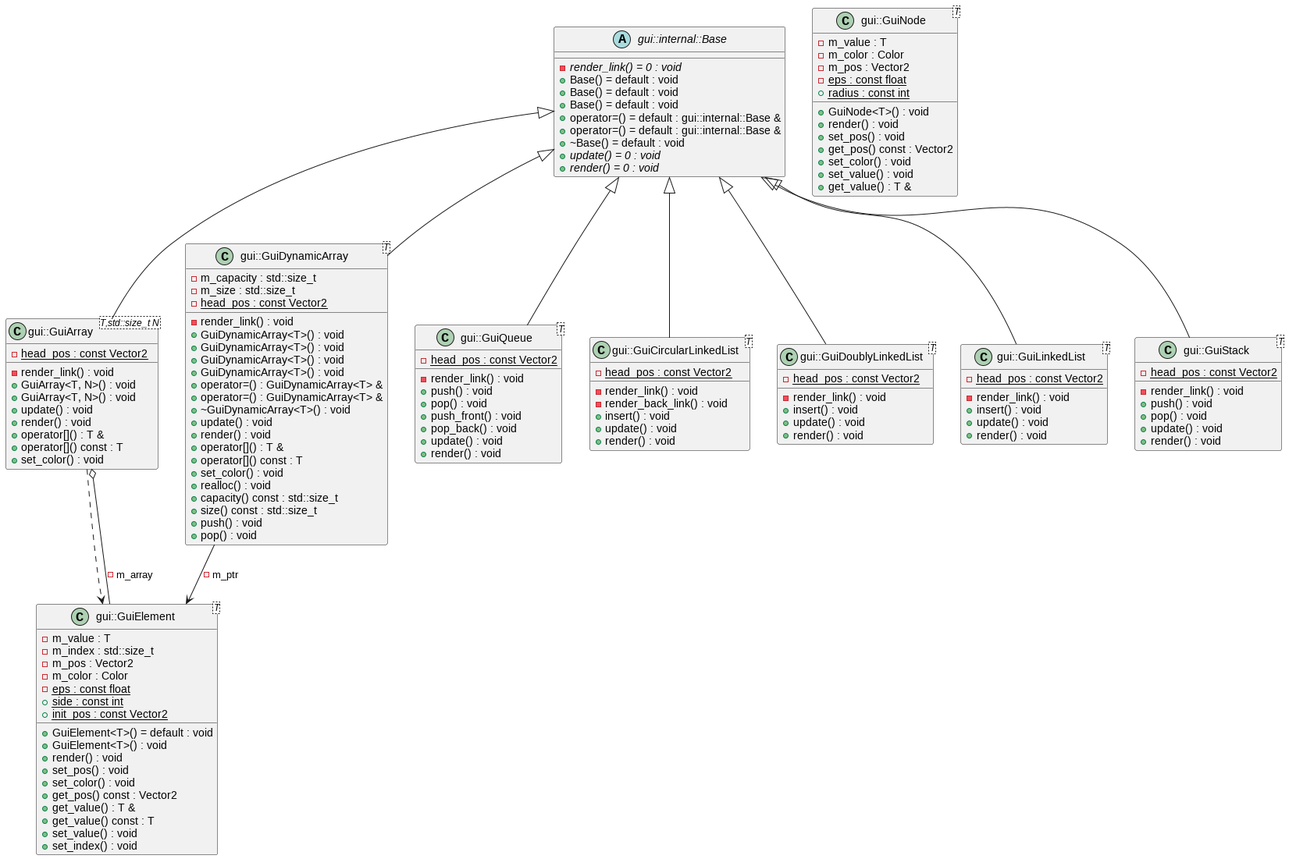
Before: docs/diagrams/gui.png, a diagram exported from PlantUML (jalsol/jalviz). The source it was exported from:
```plantuml
@startuml
abstract "gui::internal::Base" as C_0000175824954716261305
abstract C_0000175824954716261305 {
{abstract} -render_link() = 0 : void
+Base() = default : void
+Base() = default : void
+Base() = default : void
+operator=() = default : gui::internal::Base &
+operator=() = default : gui::internal::Base &
+~Base() = default : void
{abstract} +update() = 0 : void
{abstract} +render() = 0 : void
}
class "gui::GuiElement<T>" as C_0002044747090333057839
class C_0002044747090333057839 {
+GuiElement<T>() = default : void
+GuiElement<T>() : void
+render() : void
+set_pos() : void
+set_color() : void
+get_pos() const : Vector2
+get_value() : T &
+get_value() const : T
+set_value() : void
+set_index() : void
-m_value : T
-m_index : std::size_t
-m_pos : Vector2
-m_color : Color
{static} -eps : const float
{static} +side : const int
{static} +init_pos : const Vector2
}
class "gui::GuiArray<T,std::size_t N>" as C_0001269788950877413692
class C_0001269788950877413692 {
-render_link() : void
+GuiArray<T, N>() : void
+GuiArray<T, N>() : void
+update() : void
+render() : void
+operator[]() : T &
+operator[]() const : T
+set_color() : void
{static} -head_pos : const Vector2
}
class "gui::GuiDynamicArray<T>" as C_0000068279211946526198
class C_0000068279211946526198 {
-render_link() : void
+GuiDynamicArray<T>() : void
+GuiDynamicArray<T>() : void
+GuiDynamicArray<T>() : void
+GuiDynamicArray<T>() : void
+operator=() : GuiDynamicArray<T> &
+operator=() : GuiDynamicArray<T> &
+~GuiDynamicArray<T>() : void
+update() : void
+render() : void
+operator[]() : T &
+operator[]() const : T
+set_color() : void
+realloc() : void
+capacity() const : std::size_t
+size() const : std::size_t
+push() : void
+pop() : void
-m_capacity : std::size_t
-m_size : std::size_t
{static} -head_pos : const Vector2
}
class "gui::GuiNode<T>" as C_0001747959826151301658
class C_0001747959826151301658 {
+GuiNode<T>() : void
+render() : void
+set_pos() : void
+get_pos() const : Vector2
+set_color() : void
+set_value() : void
+get_value() : T &
-m_value : T
-m_color : Color
-m_pos : Vector2
{static} -eps : const float
{static} +radius : const int
}
class "gui::GuiQueue<T>" as C_0000537993261370672901
class C_0000537993261370672901 {
-render_link() : void
+push() : void
+pop() : void
+push_front() : void
+pop_back() : void
+update() : void
+render() : void
{static} -head_pos : const Vector2
}
class "gui::GuiCircularLinkedList<T>" as C_0000636823269603515495
class C_0000636823269603515495 {
-render_link() : void
-render_back_link() : void
+insert() : void
+update() : void
+render() : void
{static} -head_pos : const Vector2
}
class "gui::GuiDoublyLinkedList<T>" as C_0001770119980623113789
class C_0001770119980623113789 {
-render_link() : void
+insert() : void
+update() : void
+render() : void
{static} -head_pos : const Vector2
}
class "gui::GuiLinkedList<T>" as C_0001460638568713575271
class C_0001460638568713575271 {
-render_link() : void
+insert() : void
+update() : void
+render() : void
{static} -head_pos : const Vector2
}
class "gui::GuiStack<T>" as C_0000012620274388027065
class C_0000012620274388027065 {
-render_link() : void
+push() : void
+pop() : void
+update() : void
+render() : void
{static} -head_pos : const Vector2
}
C_0001269788950877413692 ..> C_0002044747090333057839
C_0001269788950877413692 o-- C_0002044747090333057839 : -m_array
C_0000175824954716261305 <|-- C_0001269788950877413692
C_0000068279211946526198 --> C_0002044747090333057839 : -m_ptr
C_0000175824954716261305 <|-- C_0000068279211946526198
C_0000175824954716261305 <|-- C_0000537993261370672901
C_0000175824954716261305 <|-- C_0000636823269603515495
C_0000175824954716261305 <|-- C_0001770119980623113789
C_0000175824954716261305 <|-- C_0001460638568713575271
C_0000175824954716261305 <|-- C_0000012620274388027065
@enduml
```
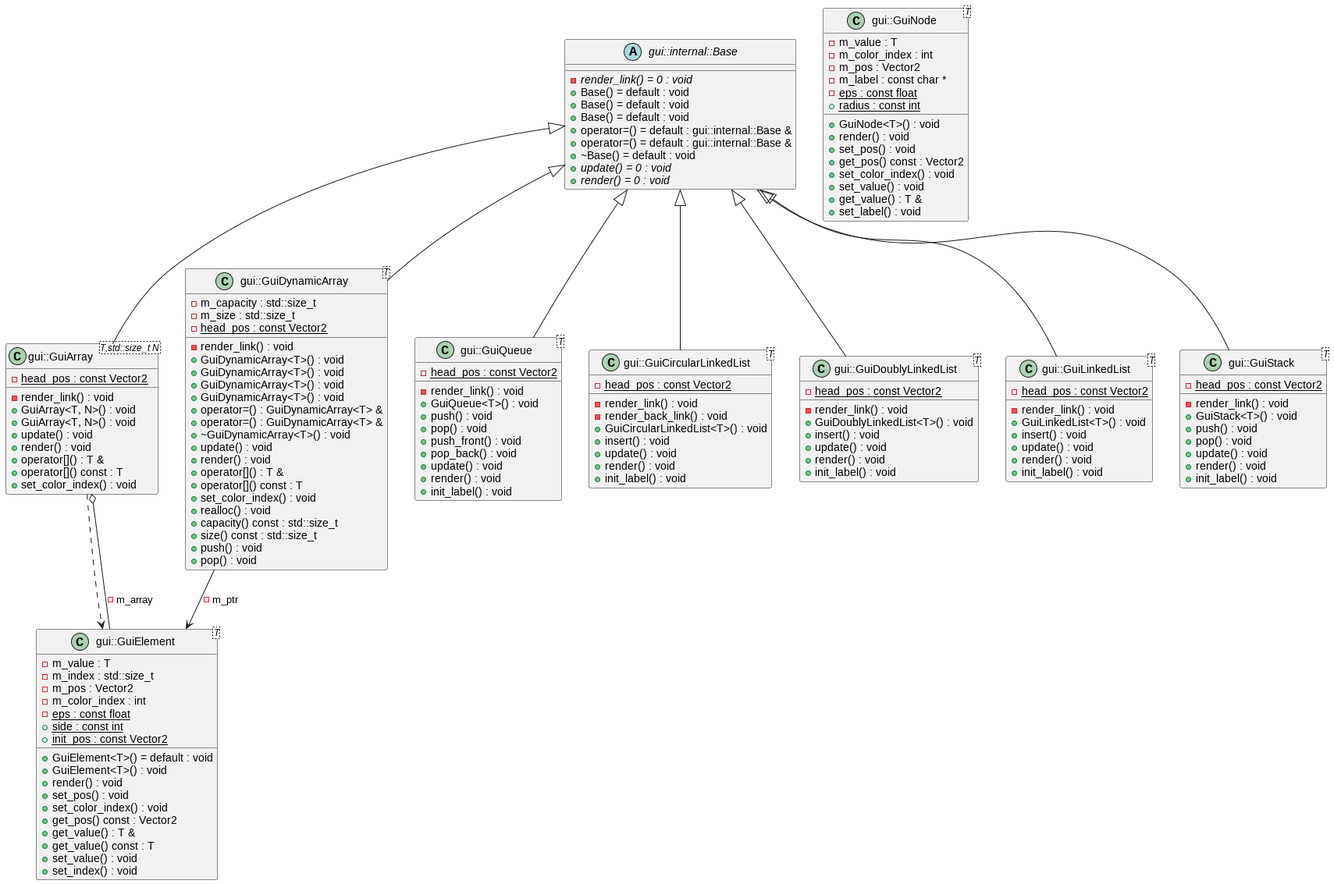
The same diagram one commit later.

The edit, as a diff of the source:
```diff
@@ -17,7 +17,7 @@
 +GuiElement<T>() : void
 +render() : void
 +set_pos() : void
-+set_color() : void
++set_color_index() : void
 +get_pos() const : Vector2
 +get_value() : T &
 +get_value() const : T
@@ -26,7 +26,7 @@
 -m_value : T
 -m_index : std::size_t
 -m_pos : Vector2
--m_color : Color
+-m_color_index : int
 {static} -eps : const float
 {static} +side : const int
 {static} +init_pos : const Vector2
@@ -40,7 +40,7 @@
 +render() : void
 +operator[]() : T &
 +operator[]() const : T
-+set_color() : void
++set_color_index() : void
 {static} -head_pos : const Vector2
 }
 class "gui::GuiDynamicArray<T>" as C_0000068279211946526198
@@ -57,7 +57,7 @@
 +render() : void
 +operator[]() : T &
 +operator[]() const : T
-+set_color() : void
++set_color_index() : void
 +realloc() : void
 +capacity() const : std::size_t
 +size() const : std::size_t
@@ -73,58 +73,70 @@
 +render() : void
 +set_pos() : void
 +get_pos() const : Vector2
-+set_color() : void
++set_color_index() : void
 +set_value() : void
 +get_value() : T &
++set_label() : void
 -m_value : T
--m_color : Color
+-m_color_index : int
 -m_pos : Vector2
+-m_label : const char *
 {static} -eps : const float
 {static} +radius : const int
 }
 class "gui::GuiQueue<T>" as C_0000537993261370672901
 class C_0000537993261370672901 {
 -render_link() : void
++GuiQueue<T>() : void
 +push() : void
 +pop() : void
 +push_front() : void
 +pop_back() : void
 +update() : void
 +render() : void
++init_label() : void
 {static} -head_pos : const Vector2
 }
 class "gui::GuiCircularLinkedList<T>" as C_0000636823269603515495
 class C_0000636823269603515495 {
 -render_link() : void
 -render_back_link() : void
++GuiCircularLinkedList<T>() : void
 +insert() : void
 +update() : void
 +render() : void
++init_label() : void
 {static} -head_pos : const Vector2
 }
 class "gui::GuiDoublyLinkedList<T>" as C_0001770119980623113789
 class C_0001770119980623113789 {
 -render_link() : void
++GuiDoublyLinkedList<T>() : void
 +insert() : void
 +update() : void
 +render() : void
++init_label() : void
 {static} -head_pos : const Vector2
 }
 class "gui::GuiLinkedList<T>" as C_0001460638568713575271
 class C_0001460638568713575271 {
 -render_link() : void
++GuiLinkedList<T>() : void
 +insert() : void
 +update() : void
 +render() : void
++init_label() : void
 {static} -head_pos : const Vector2
 }
 class "gui::GuiStack<T>" as C_0000012620274388027065
 class C_0000012620274388027065 {
 -render_link() : void
++GuiStack<T>() : void
 +push() : void
 +pop() : void
 +update() : void
 +render() : void
++init_label() : void
 {static} -head_pos : const Vector2
 }
 C_0001269788950877413692 ..> C_0002044747090333057839
```
